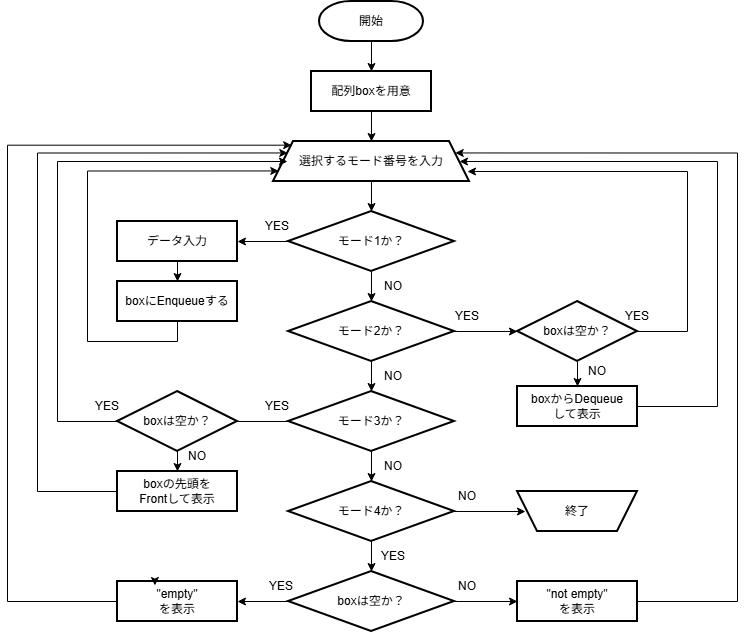
This is lesson03.png from Hyuto46/5-7, a draw.io export, as it was before one commit. Source tidied: cells renumbered, new cells last; positions are measured from the earlier drawing's top-left corner, leaving out a move shared by most shapes.
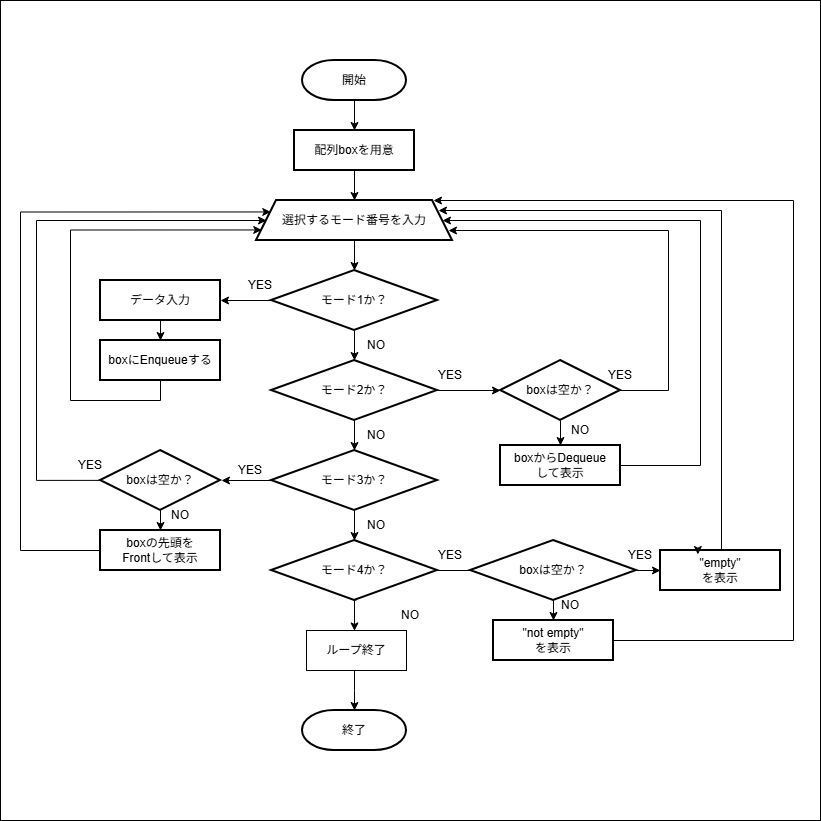
Later version of the same file.

Change to the diagram source:
```diff
@@ -2,6 +2,9 @@
   <root>
     <mxCell id="0" />
     <mxCell id="1" parent="0" />
+    <mxCell id="57" value="&amp;nbsp; &amp;nbsp; &amp;nbsp; &amp;nbsp; &amp;nbsp; &amp;nbsp; &amp;nbsp; &amp;nbsp; &amp;nbsp;&amp;nbsp; " style="whiteSpace=wrap;html=1;" parent="1" vertex="1">
+      <mxGeometry x="10" y="-60" width="820" height="820" as="geometry" />
+    </mxCell>
     <mxCell id="2" style="edgeStyle=orthogonalEdgeStyle;rounded=0;jettySize=auto;html=1;" parent="1" edge="1" source="3" target="5">
       <mxGeometry relative="1" as="geometry" />
     </mxCell>
@@ -43,20 +46,20 @@
     <mxCell id="14" style="edgeStyle=orthogonalEdgeStyle;rounded=0;jettySize=auto;html=1;" parent="1" edge="1" source="16" target="19">
       <mxGeometry relative="1" as="geometry" />
     </mxCell>
-    <mxCell id="15" style="edgeStyle=orthogonalEdgeStyle;rounded=0;jettySize=auto;html=1;" parent="1" edge="1" source="16" target="30">
-      <mxGeometry relative="1" as="geometry" />
-    </mxCell>
     <mxCell id="16" value="モード3か？" style="rhombus;whiteSpace=wrap;html=1;strokeWidth=2;" parent="1" vertex="1">
       <mxGeometry x="281" y="390" width="166" height="60" as="geometry" />
     </mxCell>
-    <mxCell id="17" style="edgeStyle=orthogonalEdgeStyle;rounded=0;jettySize=auto;html=1;" parent="1" edge="1" source="19" target="22">
-      <mxGeometry relative="1" as="geometry" />
-    </mxCell>
     <mxCell id="18" style="edgeStyle=orthogonalEdgeStyle;rounded=0;jettySize=auto;html=1;" parent="1" edge="1" source="19">
       <mxGeometry relative="1" as="geometry">
         <mxPoint x="518" y="510" as="targetPoint" />
       </mxGeometry>
     </mxCell>
+    <mxCell id="58" style="edgeStyle=orthogonalEdgeStyle;rounded=0;orthogonalLoop=1;jettySize=auto;html=1;exitX=0.5;exitY=1;exitDx=0;exitDy=0;entryX=0.459;entryY=0.022;entryDx=0;entryDy=0;entryPerimeter=0;" parent="1" edge="1">
+      <mxGeometry relative="1" as="geometry">
+        <mxPoint x="366.1" y="539.6" as="sourcePoint" />
+        <mxPoint x="364" y="570.4" as="targetPoint" />
+      </mxGeometry>
+    </mxCell>
     <mxCell id="19" value="モード4か？" style="rhombus;whiteSpace=wrap;html=1;strokeWidth=2;" parent="1" vertex="1">
       <mxGeometry x="281" y="480" width="166" height="60" as="geometry" />
     </mxCell>
@@ -67,7 +70,7 @@
       <mxGeometry relative="1" as="geometry" />
     </mxCell>
     <mxCell id="22" value="boxは空か？" style="rhombus;whiteSpace=wrap;html=1;strokeWidth=2;" parent="1" vertex="1">
-      <mxGeometry x="281" y="570" width="166" height="60" as="geometry" />
+      <mxGeometry x="480" y="480" width="166" height="60" as="geometry" />
     </mxCell>
     <mxCell id="23" style="edgeStyle=orthogonalEdgeStyle;rounded=0;jettySize=auto;html=1;" parent="1" edge="1" source="24" target="6">
       <mxGeometry relative="1" as="geometry">
@@ -109,31 +112,32 @@
     <mxCell id="30" value="boxの先頭を&lt;div&gt;Frontして表示&lt;/div&gt;" style="whiteSpace=wrap;html=1;strokeWidth=2;" parent="1" vertex="1">
       <mxGeometry x="110" y="470" width="120" height="40" as="geometry" />
     </mxCell>
-    <mxCell id="31" style="edgeStyle=orthogonalEdgeStyle;rounded=0;jettySize=auto;html=1;entryX=1;entryY=0.25;entryDx=0;entryDy=0;" parent="1" edge="1" source="32" target="6">
-      <mxGeometry relative="1" as="geometry">
-        <Array as="points">
-          <mxPoint x="730" y="600" />
-          <mxPoint x="730" y="151" />
-        </Array>
-      </mxGeometry>
-    </mxCell>
+    <mxCell id="59" style="edgeStyle=orthogonalEdgeStyle;rounded=0;jettySize=auto;html=1;exitX=1;exitY=0.5;exitDx=0;exitDy=0;" parent="1" edge="1" source="32">
+      <mxGeometry relative="1" as="geometry">
+        <mxPoint x="443" y="140" as="targetPoint" />
+        <Array as="points">
+          <mxPoint x="803" y="580" />
+          <mxPoint x="803" y="140" />
+          <mxPoint x="443" y="140" />
+        </Array>
+      </mxGeometry>
+    </mxCell>
     <mxCell id="32" value="&quot;not empty&quot;&lt;div&gt;を表示&lt;/div&gt;" style="whiteSpace=wrap;html=1;strokeWidth=2;" parent="1" vertex="1">
-      <mxGeometry x="510" y="580" width="120" height="40" as="geometry" />
+      <mxGeometry x="503" y="560" width="120" height="40" as="geometry" />
     </mxCell>
-    <mxCell id="33" style="edgeStyle=orthogonalEdgeStyle;rounded=0;jettySize=auto;html=1;entryX=0;entryY=0;entryDx=0;entryDy=0;" parent="1" edge="1" source="34" target="6">
-      <mxGeometry relative="1" as="geometry">
-        <Array as="points">
-          <mxPoint y="600" />
-          <mxPoint y="144" />
-        </Array>
-      </mxGeometry>
-    </mxCell>
+    <mxCell id="60" style="edgeStyle=orthogonalEdgeStyle;rounded=0;orthogonalLoop=1;jettySize=auto;html=1;exitX=0.5;exitY=0;exitDx=0;exitDy=0;" parent="1" edge="1">
+      <mxGeometry relative="1" as="geometry">
+        <mxPoint x="731" y="490" as="sourcePoint" />
+        <mxPoint x="448" y="150" as="targetPoint" />
+        <Array as="points">
+          <mxPoint x="731" y="150" />
+          <mxPoint x="448" y="150" />
+        </Array>
+      </mxGeometry>
+    </mxCell>
     <mxCell id="34" value="&quot;empty&quot;&lt;div&gt;を表示&lt;/div&gt;" style="whiteSpace=wrap;html=1;strokeWidth=2;" parent="1" vertex="1">
-      <mxGeometry x="110" y="580" width="120" height="40" as="geometry" />
+      <mxGeometry x="670" y="490" width="120" height="40" as="geometry" />
     </mxCell>
-    <mxCell id="35" value="終了" style="shape=trapezoid;perimeter=trapezoidPerimeter;whiteSpace=wrap;html=1;fixedSize=1;strokeWidth=2;rotation=0;verticalAlign=middle;horizontal=1;direction=west;" parent="1" vertex="1">
-      <mxGeometry x="510" y="490" width="120" height="40" as="geometry" />
-    </mxCell>
     <mxCell id="36" value="YES" style="text;html=1;whiteSpace=wrap;strokeColor=none;fillColor=none;align=center;verticalAlign=middle;rounded=0;" parent="1" vertex="1">
       <mxGeometry x="240" y="210" width="60" height="30" as="geometry" />
     </mxCell>
@@ -147,32 +151,33 @@
       <mxGeometry x="356" y="450" width="60" height="30" as="geometry" />
     </mxCell>
     <mxCell id="40" value="NO" style="text;html=1;whiteSpace=wrap;strokeColor=none;fillColor=none;align=center;verticalAlign=middle;rounded=0;" parent="1" vertex="1">
-      <mxGeometry x="430" y="480" width="60" height="30" as="geometry" />
+      <mxGeometry x="390" y="540" width="60" height="30" as="geometry" />
     </mxCell>
     <mxCell id="41" value="NO" style="text;html=1;whiteSpace=wrap;strokeColor=none;fillColor=none;align=center;verticalAlign=middle;rounded=0;" parent="1" vertex="1">
-      <mxGeometry x="430" y="570" width="60" height="30" as="geometry" />
+      <mxGeometry x="550" y="530" width="60" height="30" as="geometry" />
     </mxCell>
     <mxCell id="42" value="YES" style="text;html=1;whiteSpace=wrap;strokeColor=none;fillColor=none;align=center;verticalAlign=middle;rounded=0;" parent="1" vertex="1">
       <mxGeometry x="430" y="300" width="60" height="30" as="geometry" />
     </mxCell>
     <mxCell id="43" value="YES" style="text;html=1;whiteSpace=wrap;strokeColor=none;fillColor=none;align=center;verticalAlign=middle;rounded=0;" parent="1" vertex="1">
-      <mxGeometry x="240" y="390" width="60" height="30" as="geometry" />
+      <mxGeometry x="230" y="395" width="60" height="30" as="geometry" />
     </mxCell>
     <mxCell id="44" value="YES" style="text;html=1;whiteSpace=wrap;strokeColor=none;fillColor=none;align=center;verticalAlign=middle;rounded=0;" parent="1" vertex="1">
-      <mxGeometry x="244" y="570" width="60" height="30" as="geometry" />
+      <mxGeometry x="620" y="480" width="60" height="30" as="geometry" />
     </mxCell>
     <mxCell id="45" value="YES" style="text;html=1;whiteSpace=wrap;strokeColor=none;fillColor=none;align=center;verticalAlign=middle;rounded=0;" parent="1" vertex="1">
-      <mxGeometry x="356" y="540" width="60" height="30" as="geometry" />
+      <mxGeometry x="430" y="480" width="60" height="30" as="geometry" />
     </mxCell>
     <mxCell id="46" style="edgeStyle=orthogonalEdgeStyle;rounded=0;orthogonalLoop=1;jettySize=auto;html=1;exitX=0.25;exitY=0;exitDx=0;exitDy=0;entryX=0.312;entryY=0.1;entryDx=0;entryDy=0;entryPerimeter=0;" parent="1" edge="1" source="34" target="34">
       <mxGeometry relative="1" as="geometry" />
     </mxCell>
-    <mxCell id="47" style="edgeStyle=orthogonalEdgeStyle;rounded=0;jettySize=auto;html=1;exitX=1;exitY=0.5;exitDx=0;exitDy=0;" parent="1" edge="1" source="54">
+    <mxCell id="47" style="edgeStyle=orthogonalEdgeStyle;rounded=0;orthogonalLoop=1;jettySize=auto;html=1;exitX=1;exitY=0.5;exitDx=0;exitDy=0;" parent="1" edge="1">
       <mxGeometry relative="1" as="geometry">
-        <mxPoint x="460" y="170" as="targetPoint" />
+        <mxPoint x="628" y="330" as="sourcePoint" />
+        <mxPoint x="458" y="170" as="targetPoint" />
         <Array as="points">
-          <mxPoint x="680" y="330" />
-          <mxPoint x="680" y="170" />
+          <mxPoint x="678" y="330" />
+          <mxPoint x="678" y="170" />
         </Array>
       </mxGeometry>
     </mxCell>
@@ -182,16 +187,18 @@
     <mxCell id="49" value="NO" style="text;html=1;whiteSpace=wrap;strokeColor=none;fillColor=none;align=center;verticalAlign=middle;rounded=0;" parent="1" vertex="1">
       <mxGeometry x="560" y="355" width="60" height="30" as="geometry" />
     </mxCell>
-    <mxCell id="50" style="edgeStyle=orthogonalEdgeStyle;rounded=0;jettySize=auto;html=1;" parent="1" edge="1" source="51">
+    <mxCell id="50" style="edgeStyle=orthogonalEdgeStyle;rounded=0;jettySize=auto;html=1;exitX=0.655;exitY=0.996;exitDx=0;exitDy=0;exitPerimeter=0;" parent="1" edge="1" source="55">
       <mxGeometry relative="1" as="geometry">
-        <mxPoint x="280" y="160" as="targetPoint" />
+        <mxPoint x="276" y="160" as="targetPoint" />
         <Array as="points">
-          <mxPoint x="50" y="420" />
-          <mxPoint x="50" y="160" />
-          <mxPoint x="280" y="160" />
+          <mxPoint x="46" y="420" />
+          <mxPoint x="46" y="160" />
         </Array>
       </mxGeometry>
     </mxCell>
+    <mxCell id="61" style="edgeStyle=orthogonalEdgeStyle;rounded=0;jettySize=auto;html=1;" parent="1" edge="1" source="51" target="30">
+      <mxGeometry relative="1" as="geometry" />
+    </mxCell>
     <mxCell id="51" value="boxは空か？" style="rhombus;whiteSpace=wrap;html=1;strokeWidth=2;" parent="1" vertex="1">
       <mxGeometry x="110" y="390" width="120" height="60" as="geometry" />
     </mxCell>
@@ -210,5 +217,27 @@
     <mxCell id="56" value="NO" style="text;html=1;whiteSpace=wrap;strokeColor=none;fillColor=none;align=center;verticalAlign=middle;rounded=0;" parent="1" vertex="1">
       <mxGeometry x="160" y="440" width="60" height="30" as="geometry" />
     </mxCell>
+    <mxCell id="35" value="終了" style="strokeWidth=2;html=1;shape=mxgraph.flowchart.terminator;whiteSpace=wrap;" parent="1" vertex="1">
+      <mxGeometry x="312" y="650" width="104" height="40" as="geometry" />
+    </mxCell>
+    <mxCell id="62" style="edgeStyle=orthogonalEdgeStyle;rounded=0;orthogonalLoop=1;jettySize=auto;html=1;" parent="1" edge="1">
+      <mxGeometry relative="1" as="geometry">
+        <mxPoint x="364" y="610" as="sourcePoint" />
+        <mxPoint x="364" y="650" as="targetPoint" />
+        <Array as="points">
+          <mxPoint x="364" y="630" />
+          <mxPoint x="364" y="630" />
+        </Array>
+      </mxGeometry>
+    </mxCell>
+    <mxCell id="63" value="ループ終了" style="rounded=0;whiteSpace=wrap;html=1;" parent="1" vertex="1">
+      <mxGeometry x="316" y="570" width="100" height="40" as="geometry" />
+    </mxCell>
+    <mxCell id="64" style="endArrow=classic;html=1;rounded=0;exitX=0;exitY=0.5;exitDx=0;exitDy=0;" parent="1" edge="1">
+      <mxGeometry relative="1" as="geometry">
+        <mxPoint x="282" y="420" as="sourcePoint" />
+        <mxPoint x="231" y="420" as="targetPoint" />
+      </mxGeometry>
+    </mxCell>
   </root>
 </mxGraphModel>
```
